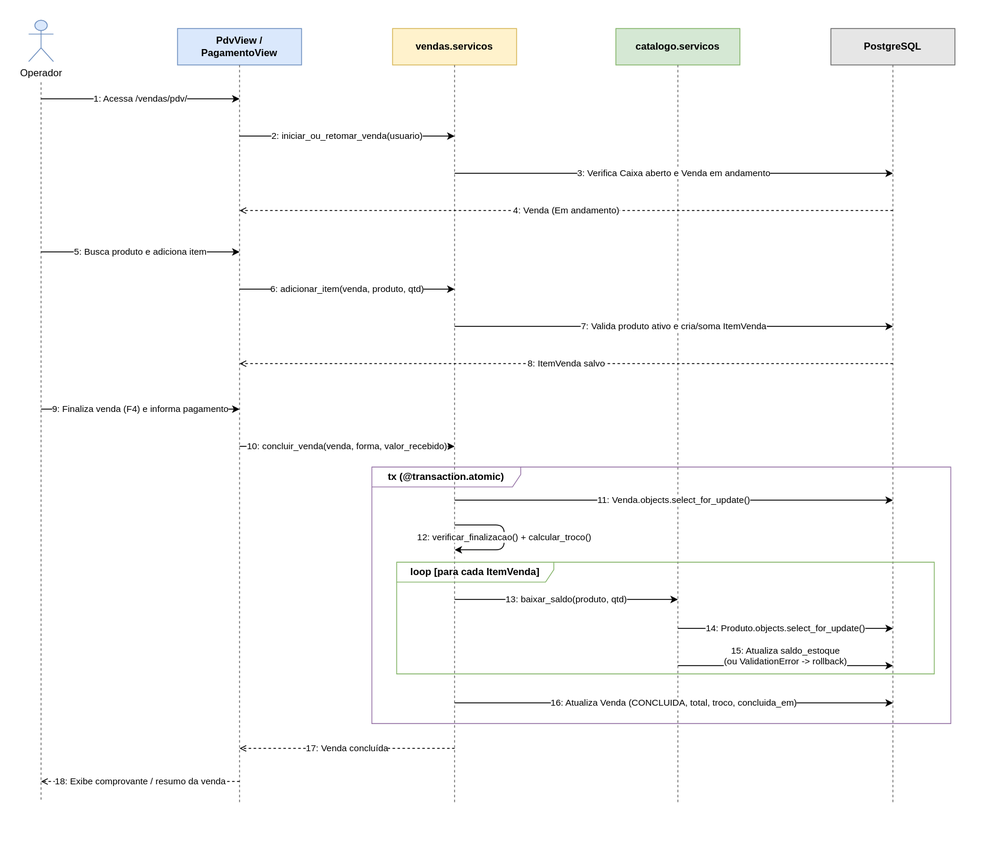
This is docs/diagramas/sequencia_venda_pdv.drawio.svg from PedroGasparetto/sistema-dacomp, a draw.io export, as it was before one commit. Source tidied: cells renumbered, new cells last; positions are measured from the earlier drawing's top-left corner, leaving out a move shared by most shapes.
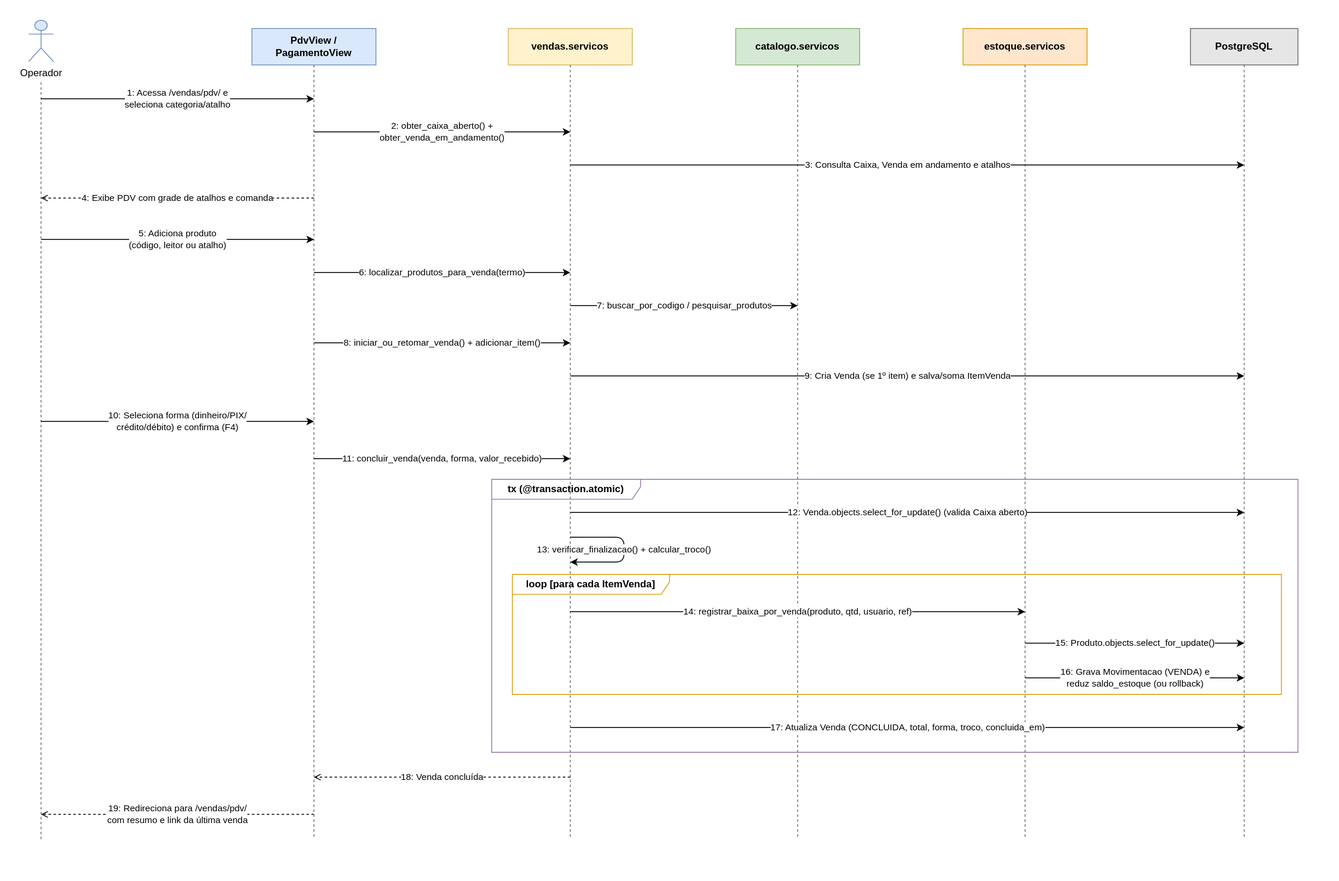
Above is the later version.

Change to the diagram source:
```diff
@@ -1,169 +1,184 @@
-<mxGraphModel>
+<mxGraphModel background="#ffffff">
   <root>
     <mxCell id="0" />
     <mxCell id="1" parent="0" />
     <mxCell id="2" value="Operador" style="shape=umlActor;verticalLabelPosition=bottom;verticalAlign=top;html=1;fillColor=#dae8fc;strokeColor=#6c8ebf;" parent="1" vertex="1">
-      <mxGeometry width="30" height="50" as="geometry" />
+      <mxGeometry x="-10" width="30" height="50" as="geometry" />
     </mxCell>
     <mxCell id="3" value="PdvView /&#10;PagamentoView" style="rounded=0;whiteSpace=wrap;html=1;fillColor=#dae8fc;strokeColor=#6c8ebf;fontStyle=1;" parent="1" vertex="1">
-      <mxGeometry x="180" y="10" width="150" height="44" as="geometry" />
+      <mxGeometry x="260" y="10" width="150" height="44" as="geometry" />
     </mxCell>
     <mxCell id="4" value="vendas.servicos" style="rounded=0;whiteSpace=wrap;html=1;fillColor=#fff2cc;strokeColor=#d6b656;fontStyle=1;" parent="1" vertex="1">
-      <mxGeometry x="440" y="10" width="150" height="44" as="geometry" />
+      <mxGeometry x="570" y="10" width="150" height="44" as="geometry" />
     </mxCell>
     <mxCell id="5" value="catalogo.servicos" style="rounded=0;whiteSpace=wrap;html=1;fillColor=#d5e8d4;strokeColor=#82b366;fontStyle=1;" parent="1" vertex="1">
-      <mxGeometry x="710" y="10" width="150" height="44" as="geometry" />
+      <mxGeometry x="845" y="10" width="150" height="44" as="geometry" />
     </mxCell>
+    <mxCell id="32" value="estoque.servicos" style="rounded=0;whiteSpace=wrap;html=1;fillColor=#ffe6cc;strokeColor=#d79b00;fontStyle=1;" parent="1" vertex="1">
+      <mxGeometry x="1120" y="10" width="150" height="44" as="geometry" />
+    </mxCell>
     <mxCell id="6" value="PostgreSQL" style="rounded=0;whiteSpace=wrap;html=1;fillColor=#e6e6e6;strokeColor=#666666;fontStyle=1;" parent="1" vertex="1">
-      <mxGeometry x="970" y="10" width="150" height="44" as="geometry" />
+      <mxGeometry x="1395" y="10" width="130" height="44" as="geometry" />
     </mxCell>
     <mxCell id="7" style="endArrow=none;dashed=1;html=1;strokeColor=#666666;" parent="1" edge="1">
       <mxGeometry relative="1" as="geometry">
-        <mxPoint x="15" y="75" as="sourcePoint" />
-        <mxPoint x="15" y="945" as="targetPoint" />
+        <mxPoint x="5" y="75" as="sourcePoint" />
+        <mxPoint x="5" y="990" as="targetPoint" />
       </mxGeometry>
     </mxCell>
     <mxCell id="8" style="endArrow=none;dashed=1;html=1;strokeColor=#666666;" parent="1" edge="1">
       <mxGeometry relative="1" as="geometry">
-        <mxPoint x="255" y="54" as="sourcePoint" />
-        <mxPoint x="255" y="945" as="targetPoint" />
+        <mxPoint x="335" y="54" as="sourcePoint" />
+        <mxPoint x="335" y="990" as="targetPoint" />
       </mxGeometry>
     </mxCell>
     <mxCell id="9" style="endArrow=none;dashed=1;html=1;strokeColor=#666666;" parent="1" edge="1">
       <mxGeometry relative="1" as="geometry">
-        <mxPoint x="515" y="54" as="sourcePoint" />
-        <mxPoint x="515" y="945" as="targetPoint" />
+        <mxPoint x="645" y="54" as="sourcePoint" />
+        <mxPoint x="645" y="990" as="targetPoint" />
       </mxGeometry>
     </mxCell>
     <mxCell id="10" style="endArrow=none;dashed=1;html=1;strokeColor=#666666;" parent="1" edge="1">
       <mxGeometry relative="1" as="geometry">
-        <mxPoint x="785" y="54" as="sourcePoint" />
-        <mxPoint x="785" y="945" as="targetPoint" />
+        <mxPoint x="920" y="54" as="sourcePoint" />
+        <mxPoint x="920" y="990" as="targetPoint" />
       </mxGeometry>
     </mxCell>
+    <mxCell id="33" style="endArrow=none;dashed=1;html=1;strokeColor=#666666;" parent="1" edge="1">
+      <mxGeometry relative="1" as="geometry">
+        <mxPoint x="1195" y="54" as="sourcePoint" />
+        <mxPoint x="1195" y="990" as="targetPoint" />
+      </mxGeometry>
+    </mxCell>
     <mxCell id="11" style="endArrow=none;dashed=1;html=1;strokeColor=#666666;" parent="1" edge="1">
       <mxGeometry relative="1" as="geometry">
-        <mxPoint x="1045" y="54" as="sourcePoint" />
-        <mxPoint x="1045" y="945" as="targetPoint" />
+        <mxPoint x="1460" y="54" as="sourcePoint" />
+        <mxPoint x="1460" y="990" as="targetPoint" />
       </mxGeometry>
     </mxCell>
     <mxCell id="12" value="tx (@transaction.atomic)" style="shape=umlFrame;whiteSpace=wrap;html=1;width=180;height=24;fillColor=none;strokeColor=#9673a6;fontStyle=1;" parent="1" vertex="1">
-      <mxGeometry x="415" y="540" width="700" height="310" as="geometry" />
+      <mxGeometry x="550" y="555" width="975" height="330" as="geometry" />
     </mxCell>
-    <mxCell id="13" value="loop [para cada ItemVenda]" style="shape=umlFrame;whiteSpace=wrap;html=1;width=190;height=24;fillColor=none;strokeColor=#82b366;fontStyle=1;" parent="1" vertex="1">
-      <mxGeometry x="445" y="655" width="650" height="135" as="geometry" />
+    <mxCell id="13" value="loop [para cada ItemVenda]" style="shape=umlFrame;whiteSpace=wrap;html=1;width=190;height=24;fillColor=none;strokeColor=#d79b00;fontStyle=1;" parent="1" vertex="1">
+      <mxGeometry x="575" y="670" width="930" height="145" as="geometry" />
     </mxCell>
-    <mxCell id="14" value="1: Acessa /vendas/pdv/" style="endArrow=classic;html=1;labelBackgroundColor=#ffffff;" parent="1" edge="1">
+    <mxCell id="14" value="1: Acessa /vendas/pdv/ e&#10;seleciona categoria/atalho" style="endArrow=classic;html=1;labelBackgroundColor=#ffffff;" parent="1" edge="1">
       <mxGeometry relative="1" as="geometry">
-        <mxPoint x="15" y="95" as="sourcePoint" />
-        <mxPoint x="255" y="95" as="targetPoint" />
+        <mxPoint x="5" y="95" as="sourcePoint" />
+        <mxPoint x="335" y="95" as="targetPoint" />
       </mxGeometry>
     </mxCell>
-    <mxCell id="15" value="2: iniciar_ou_retomar_venda(usuario)" style="endArrow=classic;html=1;labelBackgroundColor=#ffffff;" parent="1" edge="1">
+    <mxCell id="15" value="2: obter_caixa_aberto() +&#10;obter_venda_em_andamento()" style="endArrow=classic;html=1;labelBackgroundColor=#ffffff;" parent="1" edge="1">
       <mxGeometry relative="1" as="geometry">
-        <mxPoint x="255" y="140" as="sourcePoint" />
-        <mxPoint x="515" y="140" as="targetPoint" />
+        <mxPoint x="335" y="135" as="sourcePoint" />
+        <mxPoint x="645" y="135" as="targetPoint" />
       </mxGeometry>
     </mxCell>
-    <mxCell id="16" value="3: Verifica Caixa aberto e Venda em andamento" style="endArrow=classic;html=1;labelBackgroundColor=#ffffff;" parent="1" edge="1">
+    <mxCell id="16" value="3: Consulta Caixa, Venda em andamento e atalhos" style="endArrow=classic;html=1;labelBackgroundColor=#ffffff;" parent="1" edge="1">
       <mxGeometry relative="1" as="geometry">
-        <mxPoint x="515" y="185" as="sourcePoint" />
-        <mxPoint x="1045" y="185" as="targetPoint" />
+        <mxPoint x="645" y="175" as="sourcePoint" />
+        <mxPoint x="1460" y="175" as="targetPoint" />
       </mxGeometry>
     </mxCell>
-    <mxCell id="17" value="4: Venda (Em andamento)" style="dashed=1;endArrow=open;endFill=0;html=1;labelBackgroundColor=#ffffff;" parent="1" edge="1">
+    <mxCell id="17" value="4: Exibe PDV com grade de atalhos e comanda" style="dashed=1;endArrow=open;endFill=0;html=1;labelBackgroundColor=#ffffff;" parent="1" edge="1">
       <mxGeometry relative="1" as="geometry">
-        <mxPoint x="1045" y="230" as="sourcePoint" />
-        <mxPoint x="255" y="230" as="targetPoint" />
+        <mxPoint x="335" y="215" as="sourcePoint" />
+        <mxPoint x="5" y="215" as="targetPoint" />
       </mxGeometry>
     </mxCell>
-    <mxCell id="18" value="5: Busca produto e adiciona item" style="endArrow=classic;html=1;labelBackgroundColor=#ffffff;" parent="1" edge="1">
+    <mxCell id="18" value="5: Adiciona produto&#10;(código, leitor ou atalho)" style="endArrow=classic;html=1;labelBackgroundColor=#ffffff;" parent="1" edge="1">
       <mxGeometry relative="1" as="geometry">
-        <mxPoint x="15" y="280" as="sourcePoint" />
-        <mxPoint x="255" y="280" as="targetPoint" />
+        <mxPoint x="5" y="265" as="sourcePoint" />
+        <mxPoint x="335" y="265" as="targetPoint" />
       </mxGeometry>
     </mxCell>
-    <mxCell id="19" value="6: adicionar_item(venda, produto, qtd)" style="endArrow=classic;html=1;labelBackgroundColor=#ffffff;" parent="1" edge="1">
+    <mxCell id="19" value="6: localizar_produtos_para_venda(termo)" style="endArrow=classic;html=1;labelBackgroundColor=#ffffff;" parent="1" edge="1">
       <mxGeometry relative="1" as="geometry">
-        <mxPoint x="255" y="325" as="sourcePoint" />
-        <mxPoint x="515" y="325" as="targetPoint" />
+        <mxPoint x="335" y="305" as="sourcePoint" />
+        <mxPoint x="645" y="305" as="targetPoint" />
       </mxGeometry>
     </mxCell>
-    <mxCell id="20" value="7: Valida produto ativo e cria/soma ItemVenda" style="endArrow=classic;html=1;labelBackgroundColor=#ffffff;" parent="1" edge="1">
+    <mxCell id="20" value="7: buscar_por_codigo / pesquisar_produtos" style="endArrow=classic;html=1;labelBackgroundColor=#ffffff;" parent="1" edge="1">
       <mxGeometry relative="1" as="geometry">
-        <mxPoint x="515" y="370" as="sourcePoint" />
-        <mxPoint x="1045" y="370" as="targetPoint" />
+        <mxPoint x="645" y="345" as="sourcePoint" />
+        <mxPoint x="920" y="345" as="targetPoint" />
       </mxGeometry>
     </mxCell>
-    <mxCell id="21" value="8: ItemVenda salvo" style="dashed=1;endArrow=open;endFill=0;html=1;labelBackgroundColor=#ffffff;" parent="1" edge="1">
+    <mxCell id="21" value="8: iniciar_ou_retomar_venda() + adicionar_item()" style="endArrow=classic;html=1;labelBackgroundColor=#ffffff;" parent="1" edge="1">
       <mxGeometry relative="1" as="geometry">
-        <mxPoint x="1045" y="415" as="sourcePoint" />
-        <mxPoint x="255" y="415" as="targetPoint" />
+        <mxPoint x="335" y="390" as="sourcePoint" />
+        <mxPoint x="645" y="390" as="targetPoint" />
       </mxGeometry>
     </mxCell>
-    <mxCell id="22" value="9: Finaliza venda (F4) e informa pagamento" style="endArrow=classic;html=1;labelBackgroundColor=#ffffff;" parent="1" edge="1">
+    <mxCell id="22" value="9: Cria Venda (se 1º item) e salva/soma ItemVenda" style="endArrow=classic;html=1;labelBackgroundColor=#ffffff;" parent="1" edge="1">
       <mxGeometry relative="1" as="geometry">
-        <mxPoint x="15" y="470" as="sourcePoint" />
-        <mxPoint x="255" y="470" as="targetPoint" />
+        <mxPoint x="645" y="430" as="sourcePoint" />
+        <mxPoint x="1460" y="430" as="targetPoint" />
       </mxGeometry>
     </mxCell>
-    <mxCell id="23" value="10: concluir_venda(venda, forma, valor_recebido)" style="endArrow=classic;html=1;labelBackgroundColor=#ffffff;" parent="1" edge="1">
+    <mxCell id="23" value="10: Seleciona forma (dinheiro/PIX/&#10;crédito/débito) e confirma (F4)" style="endArrow=classic;html=1;labelBackgroundColor=#ffffff;" parent="1" edge="1">
       <mxGeometry relative="1" as="geometry">
-        <mxPoint x="255" y="515" as="sourcePoint" />
-        <mxPoint x="515" y="515" as="targetPoint" />
+        <mxPoint x="5" y="485" as="sourcePoint" />
+        <mxPoint x="335" y="485" as="targetPoint" />
       </mxGeometry>
     </mxCell>
-    <mxCell id="24" value="11: Venda.objects.select_for_update()" style="endArrow=classic;html=1;labelBackgroundColor=#ffffff;" parent="1" edge="1">
+    <mxCell id="24" value="11: concluir_venda(venda, forma, valor_recebido)" style="endArrow=classic;html=1;labelBackgroundColor=#ffffff;" parent="1" edge="1">
       <mxGeometry relative="1" as="geometry">
-        <mxPoint x="515" y="580" as="sourcePoint" />
-        <mxPoint x="1045" y="580" as="targetPoint" />
+        <mxPoint x="335" y="530" as="sourcePoint" />
+        <mxPoint x="645" y="530" as="targetPoint" />
       </mxGeometry>
     </mxCell>
-    <mxCell id="25" value="12: verificar_finalizacao() + calcular_troco()" style="edgeStyle=orthogonalEdgeStyle;endArrow=classic;html=1;labelBackgroundColor=#ffffff;" parent="1" edge="1">
+    <mxCell id="25" value="12: Venda.objects.select_for_update() (valida Caixa aberto)" style="endArrow=classic;html=1;labelBackgroundColor=#ffffff;" parent="1" edge="1">
       <mxGeometry relative="1" as="geometry">
-        <mxPoint x="515" y="610" as="sourcePoint" />
-        <mxPoint x="515" y="640" as="targetPoint" />
-        <Array as="points">
-          <mxPoint x="575" y="610" />
-          <mxPoint x="575" y="640" />
-        </Array>
+        <mxPoint x="645" y="595" as="sourcePoint" />
+        <mxPoint x="1460" y="595" as="targetPoint" />
       </mxGeometry>
     </mxCell>
-    <mxCell id="26" value="13: baixar_saldo(produto, qtd)" style="endArrow=classic;html=1;labelBackgroundColor=#ffffff;" parent="1" edge="1">
+    <mxCell id="26" value="13: verificar_finalizacao() + calcular_troco()" style="edgeStyle=orthogonalEdgeStyle;endArrow=classic;html=1;labelBackgroundColor=#ffffff;" parent="1" edge="1">
       <mxGeometry relative="1" as="geometry">
-        <mxPoint x="515" y="700" as="sourcePoint" />
-        <mxPoint x="785" y="700" as="targetPoint" />
+        <mxPoint x="645" y="625" as="sourcePoint" />
+        <mxPoint x="645" y="655" as="targetPoint" />
+        <Array as="points">
+          <mxPoint x="710" y="625" />
+          <mxPoint x="710" y="655" />
+        </Array>
       </mxGeometry>
     </mxCell>
-    <mxCell id="27" value="14: Produto.objects.select_for_update()" style="endArrow=classic;html=1;labelBackgroundColor=#ffffff;" parent="1" edge="1">
+    <mxCell id="27" value="14: registrar_baixa_por_venda(produto, qtd, usuario, ref)" style="endArrow=classic;html=1;labelBackgroundColor=#ffffff;" parent="1" edge="1">
       <mxGeometry relative="1" as="geometry">
-        <mxPoint x="785" y="735" as="sourcePoint" />
-        <mxPoint x="1045" y="735" as="targetPoint" />
+        <mxPoint x="645" y="715" as="sourcePoint" />
+        <mxPoint x="1195" y="715" as="targetPoint" />
       </mxGeometry>
     </mxCell>
-    <mxCell id="28" value="15: Atualiza saldo_estoque&#10;(ou ValidationError -&gt; rollback)" style="endArrow=classic;html=1;verticalAlign=bottom;labelPosition=center;verticalLabelPosition=top;labelBackgroundColor=#ffffff;" parent="1" edge="1">
-      <mxGeometry y="-4" relative="1" as="geometry">
-        <mxPoint x="785" y="780" as="sourcePoint" />
-        <mxPoint x="1045" y="780" as="targetPoint" />
+    <mxCell id="28" value="15: Produto.objects.select_for_update()" style="endArrow=classic;html=1;labelBackgroundColor=#ffffff;" parent="1" edge="1">
+      <mxGeometry relative="1" as="geometry">
+        <mxPoint x="1195" y="753" as="sourcePoint" />
+        <mxPoint x="1460" y="753" as="targetPoint" />
       </mxGeometry>
     </mxCell>
-    <mxCell id="29" value="16: Atualiza Venda (CONCLUIDA, total, troco, concluida_em)" style="endArrow=classic;html=1;labelBackgroundColor=#ffffff;" parent="1" edge="1">
+    <mxCell id="29" value="16: Grava Movimentacao (VENDA) e&#10;reduz saldo_estoque (ou rollback)" style="endArrow=classic;html=1;labelBackgroundColor=#ffffff;" parent="1" edge="1">
       <mxGeometry relative="1" as="geometry">
-        <mxPoint x="515" y="825" as="sourcePoint" />
-        <mxPoint x="1045" y="825" as="targetPoint" />
+        <mxPoint x="1195" y="795" as="sourcePoint" />
+        <mxPoint x="1460" y="795" as="targetPoint" />
       </mxGeometry>
     </mxCell>
-    <mxCell id="30" value="17: Venda concluída" style="dashed=1;endArrow=open;endFill=0;html=1;labelBackgroundColor=#ffffff;" parent="1" edge="1">
+    <mxCell id="30" value="17: Atualiza Venda (CONCLUIDA, total, forma, troco, concluida_em)" style="endArrow=classic;html=1;labelBackgroundColor=#ffffff;" parent="1" edge="1">
       <mxGeometry relative="1" as="geometry">
-        <mxPoint x="515" y="880" as="sourcePoint" />
-        <mxPoint x="255" y="880" as="targetPoint" />
+        <mxPoint x="645" y="855" as="sourcePoint" />
+        <mxPoint x="1460" y="855" as="targetPoint" />
       </mxGeometry>
     </mxCell>
-    <mxCell id="31" value="18: Exibe comprovante / resumo da venda" style="dashed=1;endArrow=open;endFill=0;html=1;labelBackgroundColor=#ffffff;" parent="1" edge="1">
+    <mxCell id="31" value="18: Venda concluída" style="dashed=1;endArrow=open;endFill=0;html=1;labelBackgroundColor=#ffffff;" parent="1" edge="1">
       <mxGeometry relative="1" as="geometry">
-        <mxPoint x="255" y="920" as="sourcePoint" />
-        <mxPoint x="15" y="920" as="targetPoint" />
+        <mxPoint x="645" y="915" as="sourcePoint" />
+        <mxPoint x="335" y="915" as="targetPoint" />
       </mxGeometry>
     </mxCell>
+    <mxCell id="34" value="19: Redireciona para /vendas/pdv/&#10;com resumo e link da última venda" style="dashed=1;endArrow=open;endFill=0;html=1;labelBackgroundColor=#ffffff;" parent="1" edge="1">
+      <mxGeometry relative="1" as="geometry">
+        <mxPoint x="335" y="960" as="sourcePoint" />
+        <mxPoint x="5" y="960" as="targetPoint" />
+      </mxGeometry>
+    </mxCell>
   </root>
 </mxGraphModel>
```
